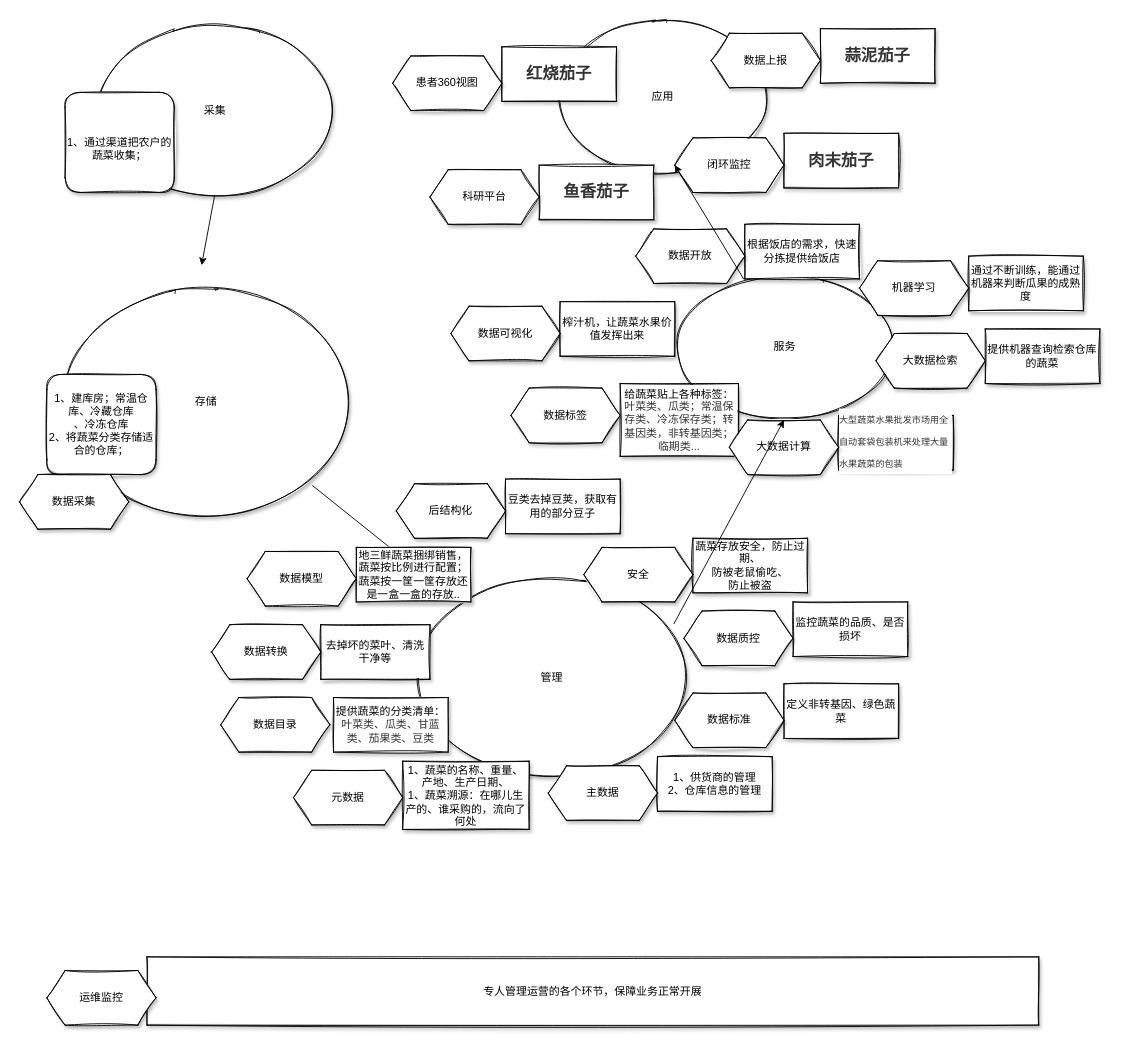
The draw.io diagram 生鲜仓库的类比例子.drawio in goylsf/image, before the edit. Source tidied: cells renumbered, new cells numbered last; positions are measured from the earlier drawing's top-left corner, leaving out a move shared by most shapes. Both pictures are drawn from the tidied source at 91%, with x=0, y=0 at pixel (19, 19).
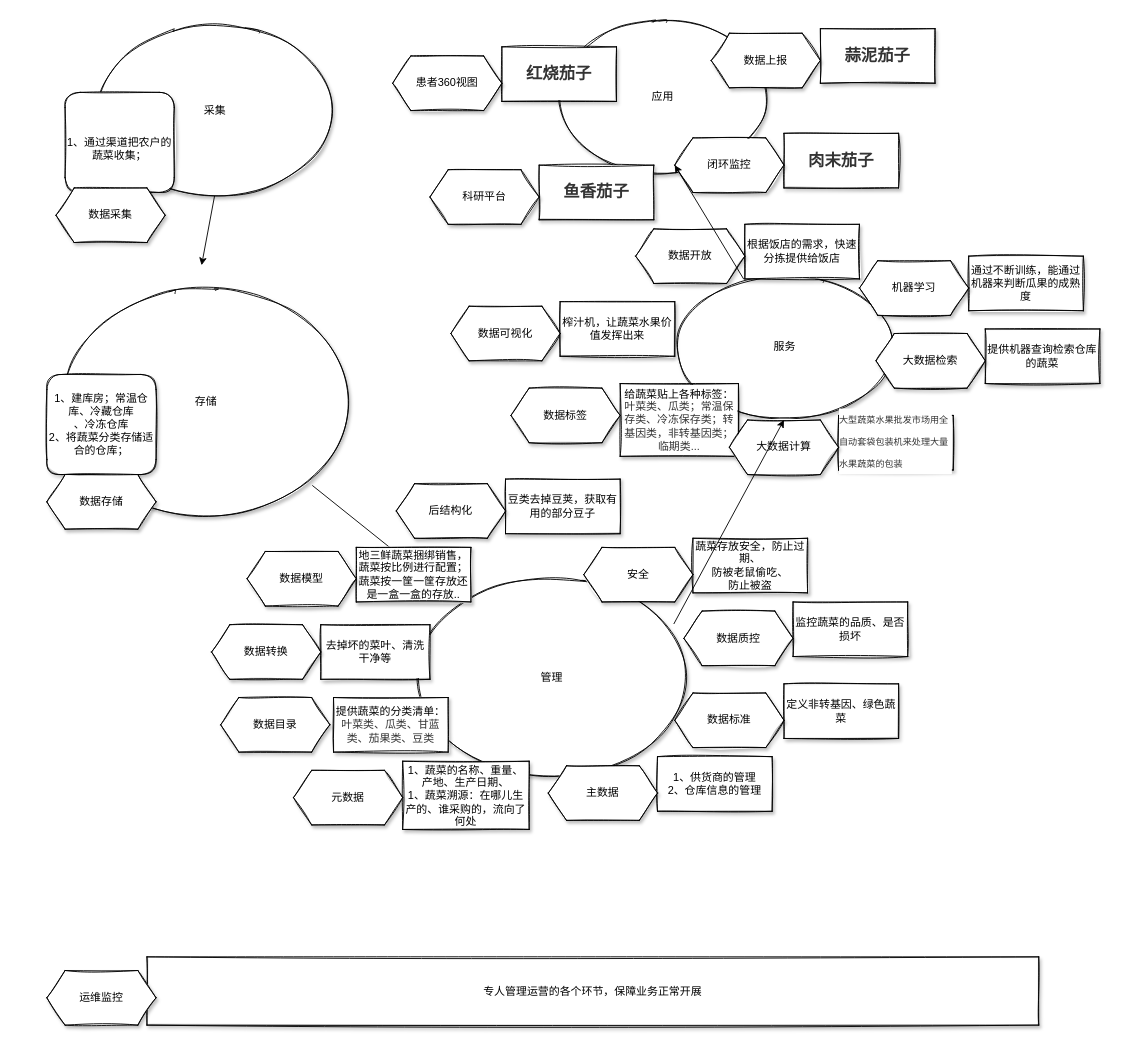
The same diagram, later.

Commit message:
更新生鲜仓库的类比例子.drawio

Change to the diagram source:
```diff
@@
-    <mxCell id="13" value="数据采集" style="shape=hexagon;perimeter=hexagonPerimeter2;whiteSpace=wrap;html=1;fixedSize=1;shadow=1;glass=0;sketch=1;fontSize=12;" parent="1" vertex="1">
-      <mxGeometry y="500" width="120" height="60" as="geometry" />
+    <mxCell id="13" value="数据存储" style="shape=hexagon;perimeter=hexagonPerimeter2;whiteSpace=wrap;html=1;fixedSize=1;shadow=1;glass=0;sketch=1;fontSize=12;" parent="1" vertex="1">
+      <mxGeometry x="30" y="500" width="120" height="60" as="geometry" />
     </mxCell>
@@
+    <mxCell id="54" value="数据采集" style="shape=hexagon;perimeter=hexagonPerimeter2;whiteSpace=wrap;html=1;fixedSize=1;shadow=1;glass=0;sketch=1;fontSize=12;" parent="1" vertex="1">
+      <mxGeometry x="40" y="185" width="120" height="60" as="geometry" />
+    </mxCell>
```
